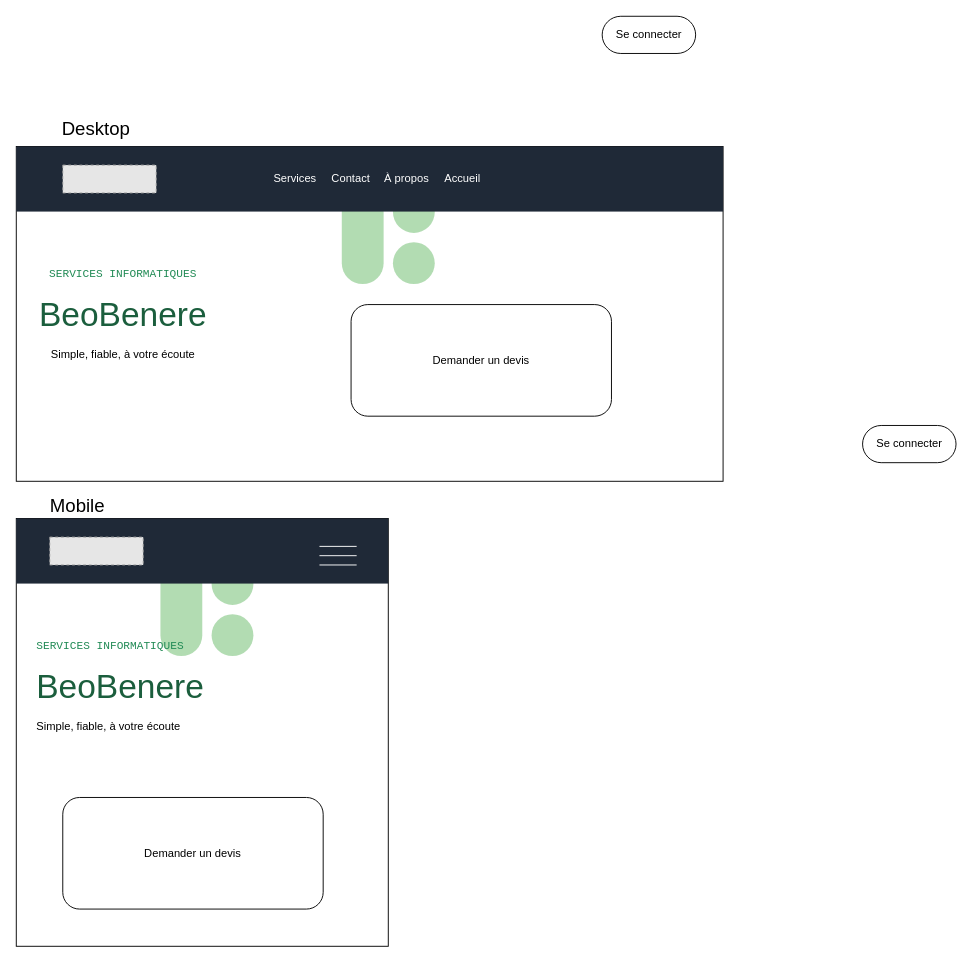
Above: docs/interface/ui.drawio in Ghislain-KIMA/site-web-beobenere (draw.io), before the change. Source tidied: cells renumbered, new cells numbered last; positions are measured from the earlier drawing's top-left corner, leaving out a move shared by most shapes. Both pictures are drawn from the tidied source at 93%, with x=0, y=0 at pixel (16, 16). Pictures stored in the file or linked from it are replaced by grey dashed boxes.
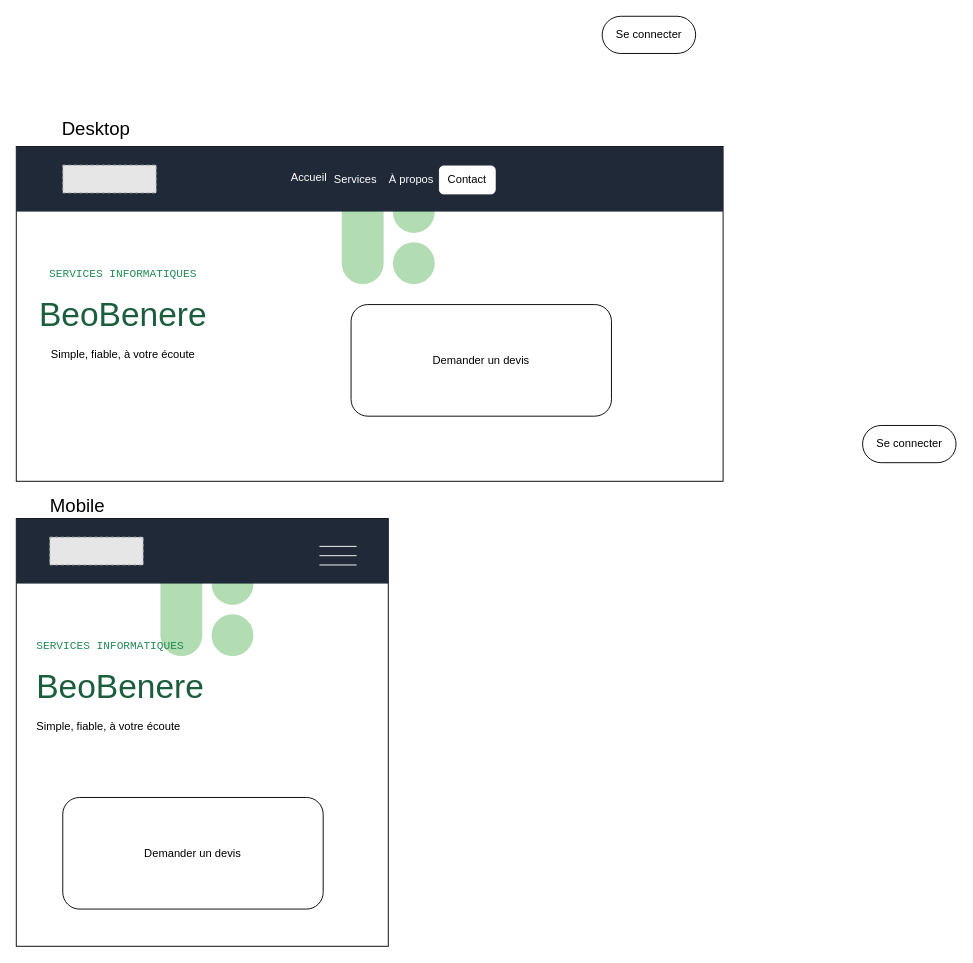
Above is the later version.

Change to the diagram source:
```diff
@@
     <mxCell id="9" value="Accueil" style="text;html=1;whiteSpace=wrap;strokeColor=none;fillColor=none;align=center;verticalAlign=middle;rounded=0;fontColor=light-dark(#FFFFFF,#FFFFFF);" parent="1" vertex="1">
-      <mxGeometry x="450" y="160" width="60" height="30" as="geometry" />
+      <mxGeometry x="285" y="159" width="60" height="30" as="geometry" />
     </mxCell>
     <mxCell id="10" value="Services" style="text;html=1;whiteSpace=wrap;strokeColor=none;fillColor=none;align=center;verticalAlign=middle;rounded=0;fontColor=light-dark(#FFFFFF,#FFFFFF);" parent="1" vertex="1">
-      <mxGeometry x="270" y="160" width="60" height="30" as="geometry" />
+      <mxGeometry x="335" y="161" width="60" height="30" as="geometry" />
     </mxCell>
     <mxCell id="11" value="À propos" style="text;html=1;whiteSpace=wrap;strokeColor=none;fillColor=none;align=center;verticalAlign=middle;rounded=0;fontColor=light-dark(#FFFFFF,#FFFFFF);" parent="1" vertex="1">
-      <mxGeometry x="390" y="160" width="60" height="30" as="geometry" />
+      <mxGeometry x="395" y="161" width="60" height="30" as="geometry" />
     </mxCell>
@@
-    <mxCell id="30" value="Contact" style="text;html=1;whiteSpace=wrap;strokeColor=none;fillColor=none;align=center;verticalAlign=middle;rounded=0;fontColor=light-dark(#FFFFFF,#FFFFFF);" parent="1" vertex="1">
-      <mxGeometry x="330" y="160" width="60" height="30" as="geometry" />
+    <mxCell id="30" value="Contact" style="rounded=1;whiteSpace=wrap;html=1;strokeColor=light-dark(#FFFFFF,#FFFFFF);fillColor=light-dark(#FFFFFF,#FFFFFF);fontColor=light-dark(#000000,#000000);" parent="1" vertex="1">
+      <mxGeometry x="455" y="161" width="60" height="30" as="geometry" />
     </mxCell>
```
